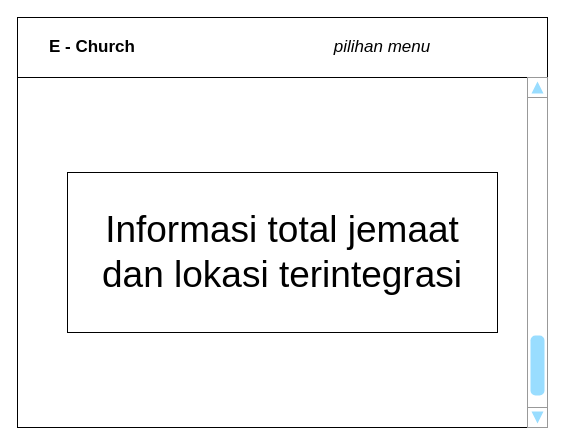
The draw.io diagram page "Page-3" (3 of 10) of Wireframe.drawio in Raymond-15/requirements, before the edit. Source tidied: cells renumbered, new cells numbered last; positions are measured from the earlier drawing's top-left corner, leaving out a move shared by most shapes. Both pictures are drawn from the tidied source at 100%, with x=0, y=0 at pixel (17, 17).
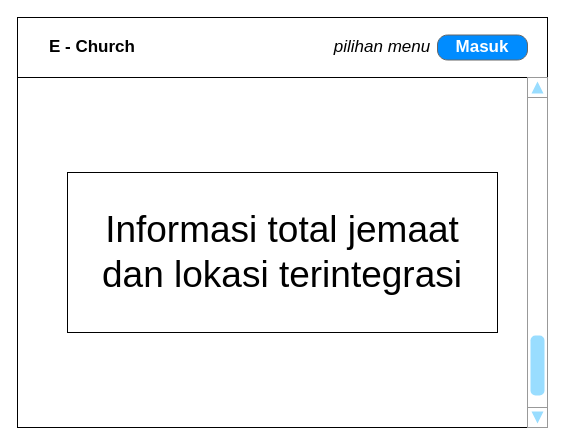
The same diagram, later.

What changed in the source:
```diff
@@
 <mxGraphModel>
   <root>
     <mxCell id="0" />
     <mxCell id="1" parent="0" />
     <mxCell id="2" style="rounded=0;whiteSpace=wrap;html=1;" parent="1" vertex="1">
       <mxGeometry width="530" height="410" as="geometry" />
     </mxCell>
     <mxCell id="3" style="group;" parent="1" vertex="1">
       <mxGeometry width="530" height="60" as="geometry" />
     </mxCell>
     <mxCell id="4" style="group;" parent="3" vertex="1">
       <mxGeometry width="530" height="60" as="geometry" />
     </mxCell>
     <mxCell id="5" style="rounded=0;whiteSpace=wrap;html=1;" parent="4" vertex="1">
       <mxGeometry width="530" height="60" as="geometry" />
     </mxCell>
     <mxCell id="6" value="E - Church" style="text;html=1;strokeColor=none;fillColor=none;align=center;verticalAlign=middle;whiteSpace=wrap;rounded=0;fontSize=17;fontStyle=1;" parent="4" vertex="1">
       <mxGeometry x="30" width="90" height="60" as="geometry" />
     </mxCell>
     <mxCell id="7" value="pilihan menu" style="text;html=1;strokeColor=none;fillColor=none;align=center;verticalAlign=middle;whiteSpace=wrap;rounded=0;fontSize=17;fontStyle=2;" parent="4" vertex="1">
       <mxGeometry x="290" y="15" width="150" height="30" as="geometry" />
     </mxCell>
+    <mxCell id="11" value="Masuk" style="strokeWidth=1;shadow=0;dashed=0;align=center;html=1;shape=mxgraph.mockup.buttons.button;strokeColor=#666666;fontColor=#ffffff;mainText=;buttonStyle=round;fontSize=17;fontStyle=1;fillColor=#008cff;whiteSpace=wrap;sketch=0;" parent="4" vertex="1">
+      <mxGeometry x="420" y="17.5" width="90" height="25" as="geometry" />
+    </mxCell>
     <mxCell id="8" style="verticalLabelPosition=bottom;shadow=0;dashed=0;align=center;html=1;verticalAlign=top;strokeWidth=1;shape=mxgraph.mockup.navigation.scrollBar;strokeColor=#999999;barPos=4.795;fillColor2=#99ddff;strokeColor2=none;direction=north;sketch=0;fontSize=37;" parent="1" vertex="1">
       <mxGeometry x="510" y="60" width="20" height="350" as="geometry" />
     </mxCell>
     <mxCell id="9" style="rounded=0;whiteSpace=wrap;html=1;sketch=0;fontSize=17;" parent="1" vertex="1">
       <mxGeometry x="50" y="155" width="430" height="160" as="geometry" />
     </mxCell>
     <mxCell id="10" value="Informasi total jemaat dan lokasi terintegrasi" style="text;html=1;strokeColor=none;fillColor=none;align=center;verticalAlign=middle;whiteSpace=wrap;rounded=0;sketch=0;fontSize=37;fontStyle=0;" parent="1" vertex="1">
       <mxGeometry x="70" y="170" width="390" height="130" as="geometry" />
     </mxCell>
   </root>
 </mxGraphModel>
```
